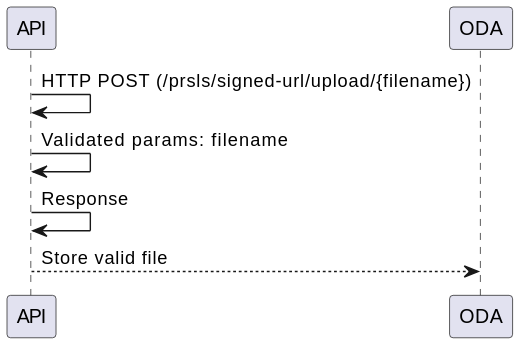
Earlier version of the PlantUML export docs/src/internal/diagrams/upload_pdf_api.svg (ska-telescope/ska-oso-services). Source of this version:
```plantuml
@startuml
API -> API: HTTP POST (/prsls/signed-url/upload/{filename})
API -> API: Validated params: filename
API -> API: Response
API --> ODA: Store valid file
@enduml
```
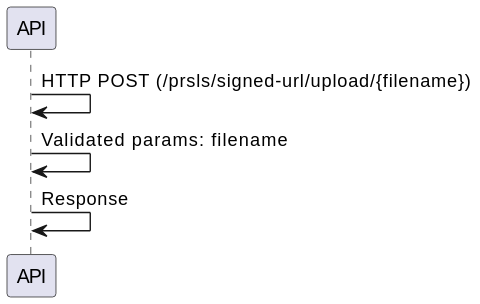
After the change.

Diff of the diagram source:
```diff
@@ -2,5 +2,4 @@
 API -> API: HTTP POST (/prsls/signed-url/upload/{filename})
 API -> API: Validated params: filename
 API -> API: Response
-API --> ODA: Store valid file
 @enduml
```
